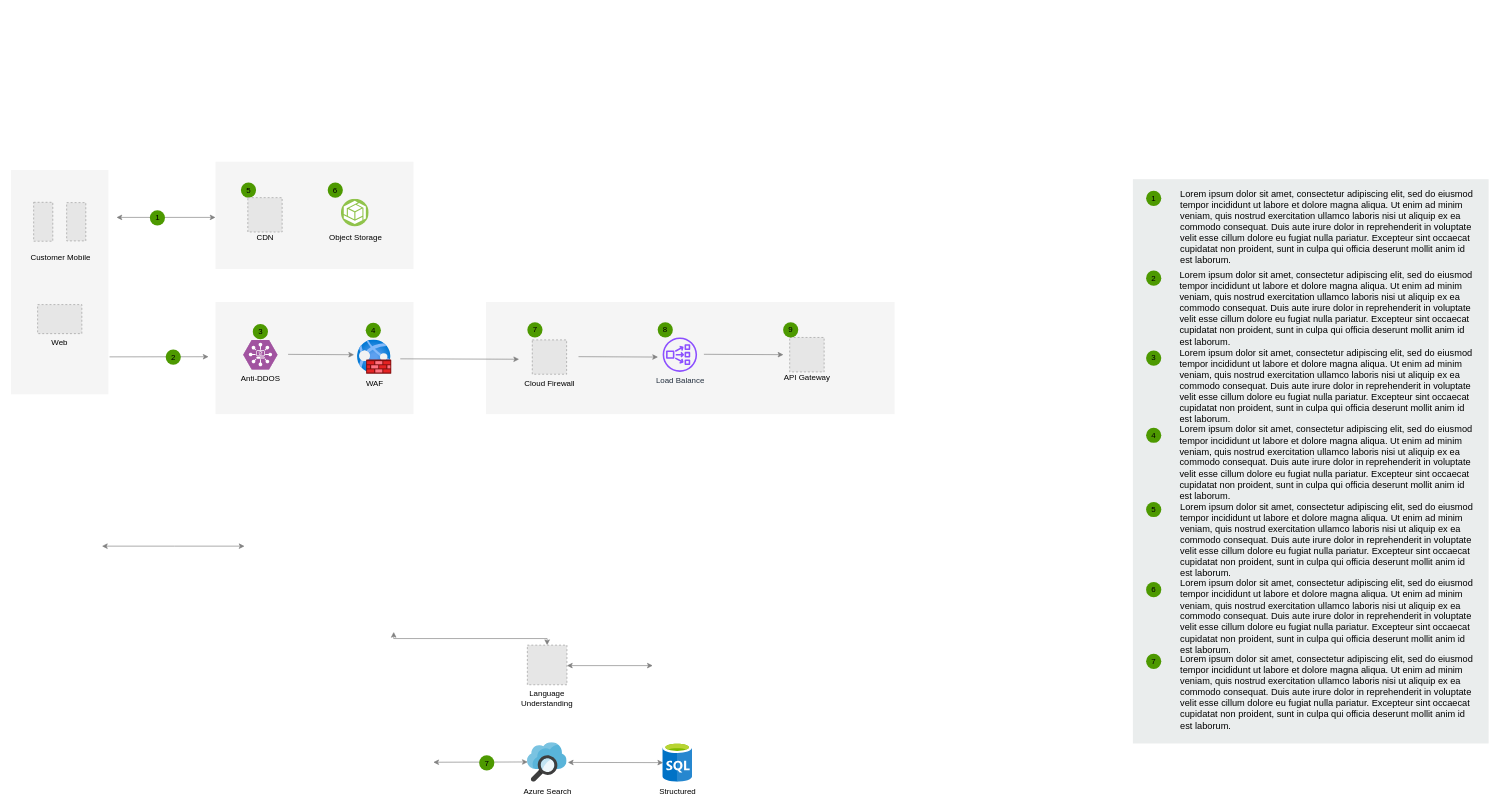
Above: Untitled Diagram.drawio in disncp100/cve_test (draw.io), before the change. Source tidied: cells renumbered, new cells numbered last; positions are measured from the earlier drawing's top-left corner, leaving out a move shared by most shapes. Both pictures are drawn from the tidied source at 66%, with x=0, y=0 at pixel (11, 162). Pictures stored in the file or linked from it are replaced by grey dashed boxes.
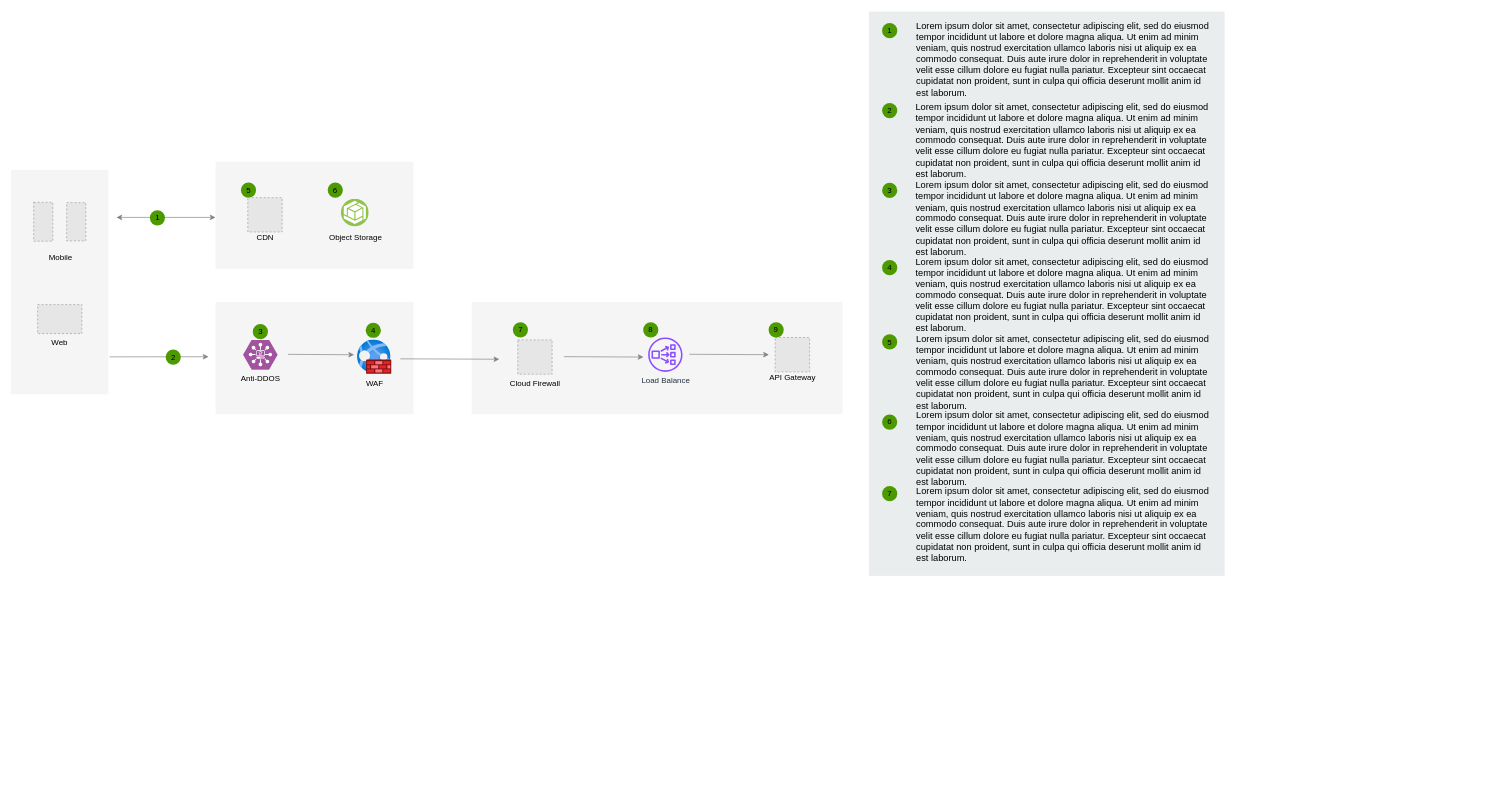
The same diagram, later.

Change to the diagram source:
```diff
@@
     <mxCell id="4" style="rounded=0;whiteSpace=wrap;html=1;fillColor=#f5f5f5;strokeColor=none;fontColor=#333333;labelBackgroundColor=none;" parent="1" vertex="1">
-      <mxGeometry x="720" y="212" width="619" height="170" as="geometry" />
+      <mxGeometry x="698" y="212" width="562" height="170" as="geometry" />
     </mxCell>
@@
-    <mxCell id="6" style="edgeStyle=elbowEdgeStyle;rounded=0;jettySize=auto;elbow=vertical;html=1;strokeColor=#808080;entryX=0.01;entryY=0.49;entryDx=0;entryDy=0;entryPerimeter=0;startArrow=classic;startFill=1;" parent="1" edge="1" target="15">
-      <mxGeometry relative="1" as="geometry">
-        <mxPoint x="640" y="909.4" as="sourcePoint" />
-      </mxGeometry>
-    </mxCell>
-    <mxCell id="7" style="edgeStyle=elbowEdgeStyle;rounded=0;jettySize=auto;elbow=vertical;html=1;strokeColor=#808080;startArrow=classic;startFill=1;" parent="1" edge="1" target="14">
-      <mxGeometry relative="1" as="geometry">
-        <mxPoint x="580" y="712" as="sourcePoint" />
-      </mxGeometry>
-    </mxCell>
-    <mxCell id="8" style="edgeStyle=elbowEdgeStyle;rounded=0;jettySize=auto;elbow=vertical;html=1;strokeColor=#808080;startArrow=classic;startFill=1;" parent="1" edge="1" source="14">
-      <mxGeometry relative="1" as="geometry">
-        <mxPoint x="972.5" y="763.1" as="targetPoint" />
-      </mxGeometry>
-    </mxCell>
-    <mxCell id="9" style="edgeStyle=elbowEdgeStyle;rounded=0;jettySize=auto;elbow=vertical;html=1;entryX=0.018;entryY=0.503;entryDx=0;entryDy=0;strokeColor=#808080;exitX=1.023;exitY=0.503;exitDx=0;exitDy=0;exitPerimeter=0;entryPerimeter=0;startArrow=classic;startFill=1;" parent="1" edge="1" source="15" target="16">
-      <mxGeometry relative="1" as="geometry" />
-    </mxCell>
@@
-    <mxCell id="11" style="edgeStyle=orthogonalEdgeStyle;rounded=0;orthogonalLoop=1;jettySize=auto;elbow=vertical;html=1;strokeColor=#808080;startArrow=classic;startFill=1;" parent="1" edge="1">
-      <mxGeometry relative="1" as="geometry">
-        <mxPoint x="138" y="582" as="sourcePoint" />
-        <mxPoint x="354" y="582" as="targetPoint" />
-        <Array as="points">
-          <mxPoint x="248" y="582" />
-          <mxPoint x="248" y="582" />
-        </Array>
-      </mxGeometry>
-    </mxCell>
@@
-    <mxCell id="14" value="Language&#10;Understanding" style="fillColor=#E6E6E6;strokeColor=#999999;dashed=1;verticalLabelPosition=bottom;labelBackgroundColor=none;verticalAlign=top;" parent="1" vertex="1">
-      <mxGeometry x="782.5" y="732" width="60" height="60" as="geometry" />
-    </mxCell>
-    <mxCell id="15" value="Azure Search" style="html=1;perimeter=none;align=center;shadow=0;dashed=0;image;fontSize=12;image=img/lib/mscae/Search.svg;labelBackgroundColor=none;" parent="1" vertex="1">
-      <mxGeometry x="782.5" y="879.5" width="60" height="60" as="geometry" />
-    </mxCell>
-    <mxCell id="16" value="Structured" style="html=1;perimeter=none;align=center;shadow=0;dashed=0;image;fontSize=12;image=img/lib/mscae/SQL_Database_generic.svg;labelBackgroundColor=none;" parent="1" vertex="1">
-      <mxGeometry x="987.5" y="879.5" width="45" height="60" as="geometry" />
-    </mxCell>
-    <mxCell id="17" value="Customer Mobile" style="text;html=1;align=center;verticalAlign=top;spacingTop=-4;labelBackgroundColor=none;" parent="1" vertex="1">
-      <mxGeometry x="19.5" y="134.5" width="110" height="20" as="geometry" />
+    <mxCell id="17" value="Mobile" style="text;html=1;align=center;verticalAlign=top;spacingTop=-4;labelBackgroundColor=none;" parent="1" vertex="1">
+      <mxGeometry x="44.5" y="134.5" width="60" height="20" as="geometry" />
     </mxCell>
@@
-    <mxCell id="26" value="7" style="ellipse;whiteSpace=wrap;html=1;fillColor=#4D9900;strokeColor=none;labelBackgroundColor=none;" parent="1" vertex="1">
-      <mxGeometry x="709.5" y="899" width="23" height="23" as="geometry" />
-    </mxCell>
@@
     <mxCell id="28" style="rounded=0;whiteSpace=wrap;html=1;fillColor=#EAEDED;fontSize=22;fontColor=#FFFFFF;strokeColor=none;labelBackgroundColor=none;" parent="1" vertex="1">
-      <mxGeometry x="1700" y="26" width="539" height="855" as="geometry" />
+      <mxGeometry x="1300" y="-228" width="539" height="855" as="geometry" />
     </mxCell>
     <mxCell id="29" value="&lt;span&gt;Lorem ipsum dolor sit amet, consectetur adipiscing elit, sed do eiusmod tempor incididunt ut labore et dolore magna aliqua. Ut enim ad minim veniam, quis nostrud exercitation ullamco laboris nisi ut aliquip ex ea commodo consequat. Duis aute irure dolor in reprehenderit in voluptate velit esse cillum dolore eu fugiat nulla pariatur. Excepteur sint occaecat cupidatat non proident, sunt in culpa qui officia deserunt mollit anim id est laborum.&lt;/span&gt;&lt;br&gt;" style="text;html=1;align=left;verticalAlign=top;spacingTop=-4;fontSize=14;labelBackgroundColor=none;whiteSpace=wrap;" parent="1" vertex="1">
-      <mxGeometry x="1769.5" y="37" width="449" height="118" as="geometry" />
+      <mxGeometry x="1369.5" y="-217" width="449" height="118" as="geometry" />
     </mxCell>
     <mxCell id="30" value="&lt;span&gt;Lorem ipsum dolor sit amet, consectetur adipiscing elit, sed do eiusmod tempor incididunt ut labore et dolore magna aliqua. Ut enim ad minim veniam, quis nostrud exercitation ullamco laboris nisi ut aliquip ex ea commodo consequat. Duis aute irure dolor in reprehenderit in voluptate velit esse cillum dolore eu fugiat nulla pariatur. Excepteur sint occaecat cupidatat non proident, sunt in culpa qui officia deserunt mollit anim id est laborum.&lt;/span&gt;&lt;br&gt;" style="text;html=1;align=left;verticalAlign=top;spacingTop=-4;fontSize=14;labelBackgroundColor=none;whiteSpace=wrap;" parent="1" vertex="1">
-      <mxGeometry x="1768.5" y="160" width="450" height="115" as="geometry" />
+      <mxGeometry x="1368.5" y="-94" width="450" height="115" as="geometry" />
     </mxCell>
     <mxCell id="31" value="&lt;span&gt;Lorem ipsum dolor sit amet, consectetur adipiscing elit, sed do eiusmod tempor incididunt ut labore et dolore magna aliqua. Ut enim ad minim veniam, quis nostrud exercitation ullamco laboris nisi ut aliquip ex ea commodo consequat. Duis aute irure dolor in reprehenderit in voluptate velit esse cillum dolore eu fugiat nulla pariatur. Excepteur sint occaecat cupidatat non proident, sunt in culpa qui officia deserunt mollit anim id est laborum.&lt;/span&gt;&lt;br&gt;" style="text;html=1;align=left;verticalAlign=top;spacingTop=-4;fontSize=14;labelBackgroundColor=none;whiteSpace=wrap;" parent="1" vertex="1">
-      <mxGeometry x="1768.5" y="278" width="450" height="117" as="geometry" />
+      <mxGeometry x="1368.5" y="24" width="450" height="117" as="geometry" />
     </mxCell>
     <mxCell id="32" value="&lt;span&gt;Lorem ipsum dolor sit amet, consectetur adipiscing elit, sed do eiusmod tempor incididunt ut labore et dolore magna aliqua. Ut enim ad minim veniam, quis nostrud exercitation ullamco laboris nisi ut aliquip ex ea commodo consequat. Duis aute irure dolor in reprehenderit in voluptate velit esse cillum dolore eu fugiat nulla pariatur. Excepteur sint occaecat cupidatat non proident, sunt in culpa qui officia deserunt mollit anim id est laborum.&lt;/span&gt;&lt;br&gt;" style="text;html=1;align=left;verticalAlign=top;spacingTop=-4;fontSize=14;labelBackgroundColor=none;whiteSpace=wrap;" parent="1" vertex="1">
-      <mxGeometry x="1768.5" y="394" width="450" height="121" as="geometry" />
+      <mxGeometry x="1368.5" y="140" width="450" height="121" as="geometry" />
     </mxCell>
     <mxCell id="33" value="&lt;span&gt;Lorem ipsum dolor sit amet, consectetur adipiscing elit, sed do eiusmod tempor incididunt ut labore et dolore magna aliqua. Ut enim ad minim veniam, quis nostrud exercitation ullamco laboris nisi ut aliquip ex ea commodo consequat. Duis aute irure dolor in reprehenderit in voluptate velit esse cillum dolore eu fugiat nulla pariatur. Excepteur sint occaecat cupidatat non proident, sunt in culpa qui officia deserunt mollit anim id est laborum.&lt;/span&gt;&lt;br&gt;" style="text;html=1;align=left;verticalAlign=top;spacingTop=-4;fontSize=14;labelBackgroundColor=none;whiteSpace=wrap;" parent="1" vertex="1">
-      <mxGeometry x="1769.5" y="511" width="449" height="114" as="geometry" />
+      <mxGeometry x="1369.5" y="257" width="449" height="114" as="geometry" />
     </mxCell>
     <mxCell id="34" value="&lt;span&gt;Lorem ipsum dolor sit amet, consectetur adipiscing elit, sed do eiusmod tempor incididunt ut labore et dolore magna aliqua. Ut enim ad minim veniam, quis nostrud exercitation ullamco laboris nisi ut aliquip ex ea commodo consequat. Duis aute irure dolor in reprehenderit in voluptate velit esse cillum dolore eu fugiat nulla pariatur. Excepteur sint occaecat cupidatat non proident, sunt in culpa qui officia deserunt mollit anim id est laborum.&lt;/span&gt;&lt;br&gt;" style="text;html=1;align=left;verticalAlign=top;spacingTop=-4;fontSize=14;labelBackgroundColor=none;whiteSpace=wrap;" parent="1" vertex="1">
-      <mxGeometry x="1769.5" y="627" width="450" height="118" as="geometry" />
+      <mxGeometry x="1369.5" y="373" width="450" height="118" as="geometry" />
     </mxCell>
     <mxCell id="35" value="&lt;span&gt;Lorem ipsum dolor sit amet, consectetur adipiscing elit, sed do eiusmod tempor incididunt ut labore et dolore magna aliqua. Ut enim ad minim veniam, quis nostrud exercitation ullamco laboris nisi ut aliquip ex ea commodo consequat. Duis aute irure dolor in reprehenderit in voluptate velit esse cillum dolore eu fugiat nulla pariatur. Excepteur sint occaecat cupidatat non proident, sunt in culpa qui officia deserunt mollit anim id est laborum.&lt;/span&gt;&lt;br&gt;" style="text;html=1;align=left;verticalAlign=top;spacingTop=-4;fontSize=14;labelBackgroundColor=none;whiteSpace=wrap;" parent="1" vertex="1">
-      <mxGeometry x="1769.5" y="742" width="449" height="113" as="geometry" />
+      <mxGeometry x="1369.5" y="488" width="449" height="113" as="geometry" />
     </mxCell>
     <mxCell id="36" value="1" style="ellipse;whiteSpace=wrap;html=1;fillColor=#4D9900;strokeColor=none;labelBackgroundColor=none;" parent="1" vertex="1">
-      <mxGeometry x="1720" y="43.5" width="23" height="23" as="geometry" />
+      <mxGeometry x="1320" y="-210.5" width="23" height="23" as="geometry" />
     </mxCell>
     <mxCell id="37" value="2" style="ellipse;whiteSpace=wrap;html=1;fillColor=#4D9900;strokeColor=none;labelBackgroundColor=none;" parent="1" vertex="1">
-      <mxGeometry x="1720" y="164.5" width="23" height="23" as="geometry" />
+      <mxGeometry x="1320" y="-89.5" width="23" height="23" as="geometry" />
     </mxCell>
     <mxCell id="38" value="3" style="ellipse;whiteSpace=wrap;html=1;fillColor=#4D9900;strokeColor=none;labelBackgroundColor=none;" parent="1" vertex="1">
-      <mxGeometry x="1720" y="285.5" width="23" height="23" as="geometry" />
+      <mxGeometry x="1320" y="31.5" width="23" height="23" as="geometry" />
     </mxCell>
     <mxCell id="39" value="4" style="ellipse;whiteSpace=wrap;html=1;fillColor=#4D9900;strokeColor=none;labelBackgroundColor=none;" parent="1" vertex="1">
-      <mxGeometry x="1720" y="402.5" width="23" height="23" as="geometry" />
+      <mxGeometry x="1320" y="148.5" width="23" height="23" as="geometry" />
     </mxCell>
     <mxCell id="40" value="5" style="ellipse;whiteSpace=wrap;html=1;fillColor=#4D9900;strokeColor=none;labelBackgroundColor=none;" parent="1" vertex="1">
-      <mxGeometry x="1720" y="515" width="23" height="23" as="geometry" />
+      <mxGeometry x="1320" y="261" width="23" height="23" as="geometry" />
     </mxCell>
     <mxCell id="41" value="6" style="ellipse;whiteSpace=wrap;html=1;fillColor=#4D9900;strokeColor=none;labelBackgroundColor=none;" parent="1" vertex="1">
-      <mxGeometry x="1720" y="636.5" width="23" height="23" as="geometry" />
+      <mxGeometry x="1320" y="382.5" width="23" height="23" as="geometry" />
     </mxCell>
     <mxCell id="42" value="7" style="ellipse;whiteSpace=wrap;html=1;fillColor=#4D9900;strokeColor=none;labelBackgroundColor=none;" parent="1" vertex="1">
-      <mxGeometry x="1720" y="745" width="23" height="23" as="geometry" />
+      <mxGeometry x="1320" y="491" width="23" height="23" as="geometry" />
     </mxCell>
@@
     <mxCell id="47" value="Cloud Firewall" style="fillColor=#E6E6E6;strokeColor=#999999;dashed=1;html=1;verticalLabelPosition=bottom;labelBackgroundColor=none;verticalAlign=top;" parent="1" vertex="1">
-      <mxGeometry x="790" y="269.5" width="52" height="52" as="geometry" />
+      <mxGeometry x="768" y="269.5" width="52" height="52" as="geometry" />
     </mxCell>
     <mxCell id="48" value="Load Balance" style="sketch=0;fontColor=#232F3E;gradientColor=none;fillColor=#8C4FFF;strokeColor=none;dashed=0;verticalLabelPosition=bottom;verticalAlign=top;align=center;html=1;fontSize=12;fontStyle=0;shape=mxgraph.aws4.network_load_balancer;" parent="1" vertex="1">
-      <mxGeometry x="987.5" y="265.8" width="52.2" height="52.2" as="geometry" />
+      <mxGeometry x="965.5" y="265.8" width="52.2" height="52.2" as="geometry" />
     </mxCell>
     <mxCell id="49" value="API Gateway" style="fillColor=#E6E6E6;strokeColor=#999999;dashed=1;html=1;verticalAlign=top;labelPosition=center;verticalLabelPosition=bottom;align=center;spacingTop=-6;fontSize=12;fontStyle=0;fontColor=default;" parent="1" vertex="1">
-      <mxGeometry x="1180" y="265.8" width="52.2" height="52.2" as="geometry" />
+      <mxGeometry x="1158" y="265.8" width="52.2" height="52.2" as="geometry" />
     </mxCell>
@@
     <mxCell id="51" style="edgeStyle=elbowEdgeStyle;rounded=0;orthogonalLoop=1;jettySize=auto;elbow=vertical;html=1;strokeColor=#808080;exitX=1;exitY=0.524;exitDx=0;exitDy=0;exitPerimeter=0;" parent="1" edge="1">
       <mxGeometry relative="1" as="geometry">
         <mxPoint x="590" y="298.2" as="sourcePoint" />
-        <mxPoint x="770" y="298.2" as="targetPoint" />
+        <mxPoint x="740" y="298" as="targetPoint" />
         <Array as="points">
           <mxPoint x="620" y="298.8" />
         </Array>
       </mxGeometry>
     </mxCell>
     <mxCell id="52" style="edgeStyle=elbowEdgeStyle;rounded=0;orthogonalLoop=1;jettySize=auto;elbow=vertical;html=1;strokeColor=#808080;exitX=1;exitY=0.524;exitDx=0;exitDy=0;exitPerimeter=0;" parent="1" edge="1">
       <mxGeometry relative="1" as="geometry">
-        <mxPoint x="860" y="294.9" as="sourcePoint" />
-        <mxPoint x="980.5" y="294.9" as="targetPoint" />
+        <mxPoint x="838" y="294.9" as="sourcePoint" />
+        <mxPoint x="958.5" y="294.9" as="targetPoint" />
         <Array as="points">
-          <mxPoint x="890" y="295.5" />
+          <mxPoint x="868" y="295.5" />
         </Array>
       </mxGeometry>
     </mxCell>
     <mxCell id="53" style="edgeStyle=elbowEdgeStyle;rounded=0;orthogonalLoop=1;jettySize=auto;elbow=vertical;html=1;strokeColor=#808080;exitX=1;exitY=0.524;exitDx=0;exitDy=0;exitPerimeter=0;" parent="1" edge="1">
       <mxGeometry relative="1" as="geometry">
-        <mxPoint x="1050" y="291.3" as="sourcePoint" />
-        <mxPoint x="1170.5" y="291.3" as="targetPoint" />
+        <mxPoint x="1028" y="291.3" as="sourcePoint" />
+        <mxPoint x="1148.5" y="291.3" as="targetPoint" />
         <Array as="points">
-          <mxPoint x="1080" y="291.9" />
+          <mxPoint x="1058" y="291.9" />
         </Array>
       </mxGeometry>
     </mxCell>
     <mxCell id="54" value="7" style="ellipse;whiteSpace=wrap;html=1;fillColor=#4D9900;strokeColor=none;labelBackgroundColor=none;" parent="1" vertex="1">
-      <mxGeometry x="782.5" y="242.8" width="23" height="23" as="geometry" />
+      <mxGeometry x="760.5" y="242.8" width="23" height="23" as="geometry" />
     </mxCell>
     <mxCell id="55" value="8" style="ellipse;whiteSpace=wrap;html=1;fillColor=#4D9900;strokeColor=none;labelBackgroundColor=none;" parent="1" vertex="1">
-      <mxGeometry x="980" y="242.8" width="23" height="23" as="geometry" />
+      <mxGeometry x="958" y="242.8" width="23" height="23" as="geometry" />
     </mxCell>
     <mxCell id="56" value="&lt;div&gt;9&lt;/div&gt;" style="ellipse;whiteSpace=wrap;html=1;fillColor=#4D9900;strokeColor=none;labelBackgroundColor=none;" parent="1" vertex="1">
-      <mxGeometry x="1170" y="242.8" width="23" height="23" as="geometry" />
+      <mxGeometry x="1148" y="242.8" width="23" height="23" as="geometry" />
     </mxCell>
```
